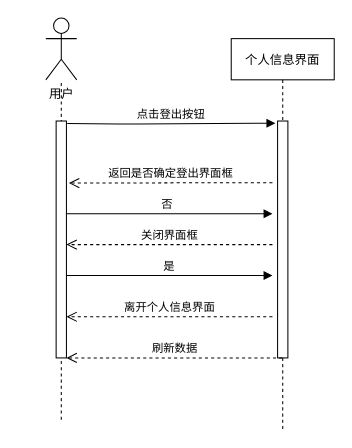
This is 登出功能时序图.drawio from Darius-H/Diagram-Folder, a draw.io file, before an edit. Source tidied: cells renumbered, new cells numbered last; positions are measured from the earlier drawing's top-left corner, leaving out a move shared by most shapes. Both pictures are drawn from the tidied source at 103%, with x=0, y=0 at pixel (45, 18).
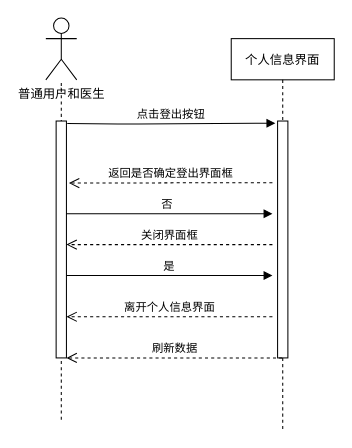
The same diagram, later.

Change to the diagram source:
```diff
@@
-    <mxCell id="4" value="用户" style="shape=umlActor;verticalLabelPosition=bottom;verticalAlign=top;html=1;outlineConnect=0;fontStyle=0;fontFamily=Helvetica;" parent="1" vertex="1">
+    <mxCell id="4" value="普通用户和医生" style="shape=umlActor;verticalLabelPosition=bottom;verticalAlign=top;html=1;outlineConnect=0;fontStyle=0;fontFamily=Helvetica;" parent="1" vertex="1">
       <mxGeometry width="30" height="60" as="geometry" />
     </mxCell>
```
